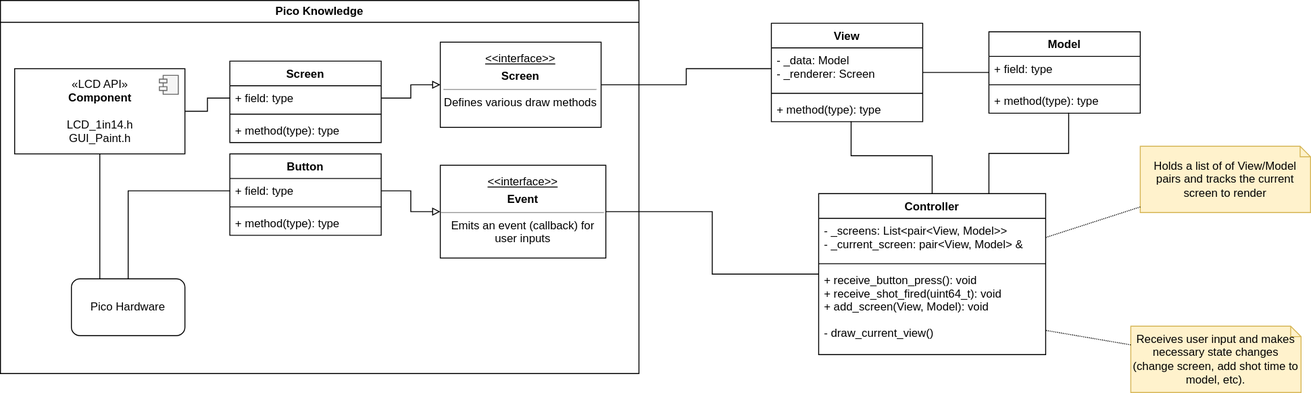
chrishaverkate/showdown keeps this draw.io diagram as docs/class-design.svg. Above is the earlier version. Source tidied: cells renumbered, new cells last; positions are measured from the earlier drawing's top-left corner, leaving out a move shared by most shapes.
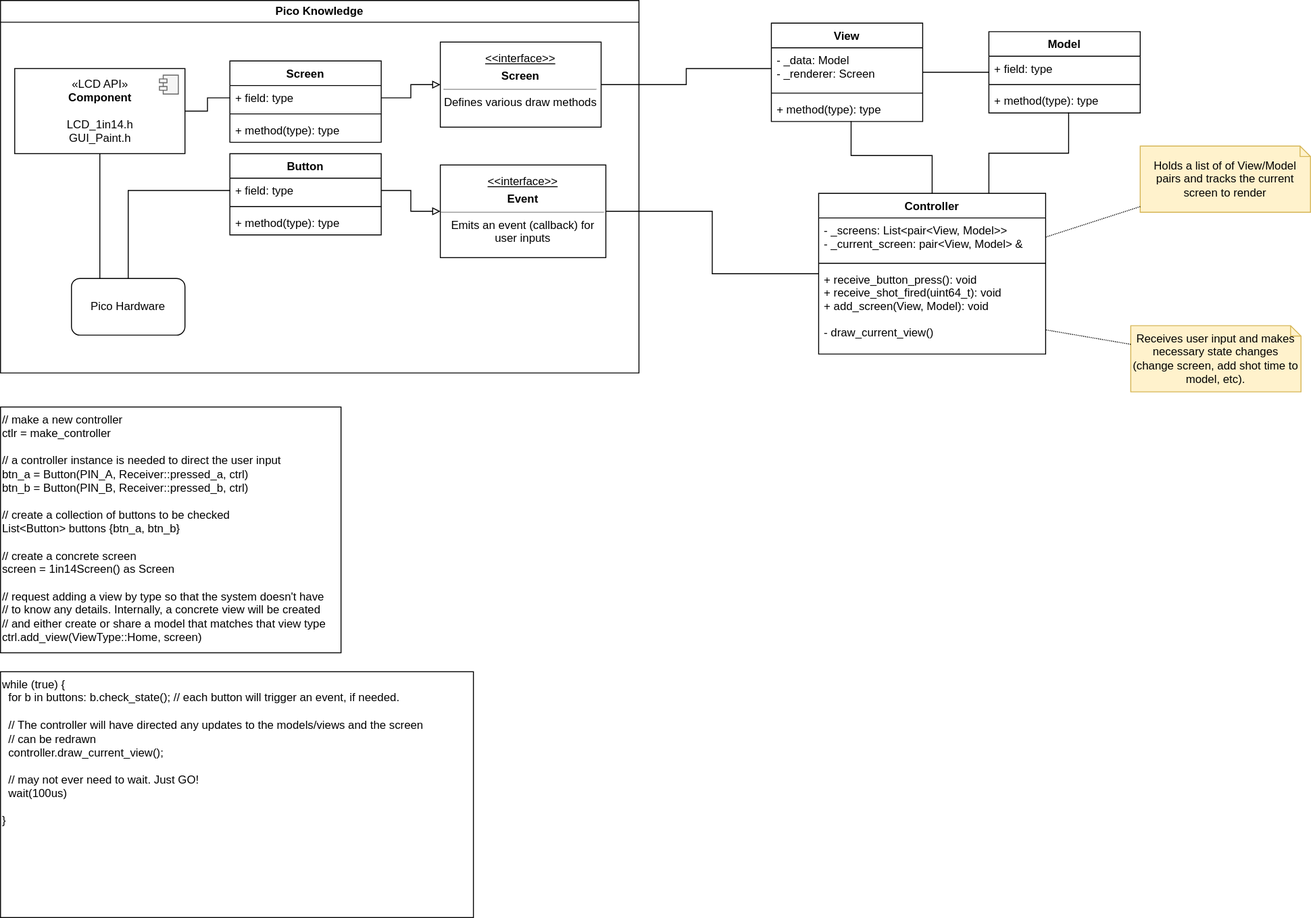
The same file after the commit.

Change to the diagram source:
```diff
@@ -129,5 +129,11 @@
     <mxCell id="41" style="edgeStyle=none;rounded=0;jettySize=auto;html=1;dashed=1;dashPattern=1 1;fontSize=12;endArrow=none;endFill=0;" parent="1" edge="1" source="40" target="33">
       <mxGeometry relative="1" as="geometry" />
     </mxCell>
+    <mxCell id="42" value="// make a new controller&lt;br&gt;ctlr = make_controller&lt;br&gt;&lt;br&gt;// a controller instance is needed to direct the user input&lt;br&gt;btn_a = Button(PIN_A, Receiver::pressed_a, ctrl)&lt;br&gt;btn_b = Button(PIN_B, Receiver::pressed_b, ctrl)&lt;br&gt;&lt;br&gt;// create a collection of buttons to be checked&lt;br&gt;List&amp;lt;Button&amp;gt; buttons {btn_a, btn_b}&lt;br&gt;&lt;br&gt;// create a concrete screen&lt;br&gt;screen = 1in14Screen() as Screen&lt;br&gt;&lt;br&gt;// request adding a view by type so that the system doesn't have&lt;br&gt;// to know any details. Internally, a concrete view will be created&lt;br&gt;// and either create or share a model that matches that view type&lt;br&gt;ctrl.add_view(ViewType::Home, screen)" style="rounded=0;whiteSpace=wrap;html=1;align=left;verticalAlign=top;" parent="1" vertex="1">
+      <mxGeometry y="430" width="360" height="260" as="geometry" />
+    </mxCell>
+    <mxCell id="43" value="while (true) {&lt;br&gt;&amp;nbsp; for b in buttons: b.check_state(); // each button will trigger an event, if needed.&lt;br&gt;&amp;nbsp; &lt;br&gt;&amp;nbsp; // The controller will have directed any updates to the models/views and the screen&lt;br&gt;&amp;nbsp; // can be redrawn&lt;br&gt;&amp;nbsp; controller.draw_current_view();&lt;br&gt;&lt;br&gt;&amp;nbsp; // may not ever need to wait. Just GO!&lt;br&gt;&amp;nbsp; wait(100us)&lt;br&gt;&lt;br&gt;}" style="rounded=0;whiteSpace=wrap;html=1;align=left;verticalAlign=top;" parent="1" vertex="1">
+      <mxGeometry y="710" width="500" height="260" as="geometry" />
+    </mxCell>
   </root>
 </mxGraphModel>
```
